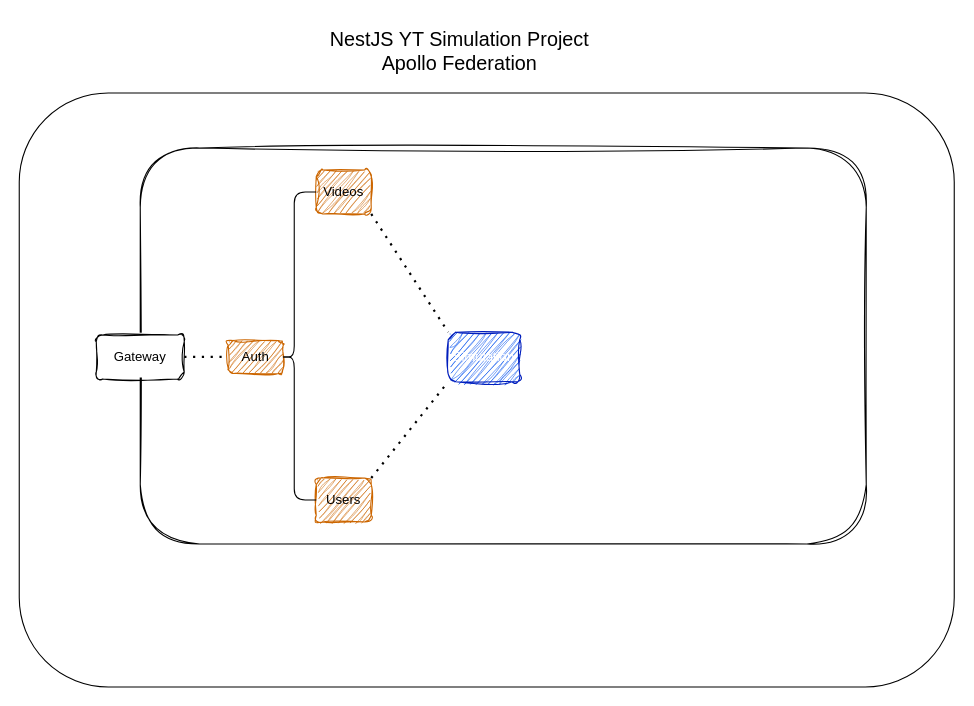
Before: yt-simulation.drawio in abuabdillatief/apollo-federated-yt-simulation, a draw.io diagram. Source tidied: cells renumbered, new cells numbered last; positions are measured from the earlier drawing's top-left corner, leaving out a move shared by most shapes. Both pictures are drawn from the tidied source at 110%, with x=0, y=0 at pixel (19, 19). Pictures stored in the file or linked from it are replaced by grey dashed boxes.
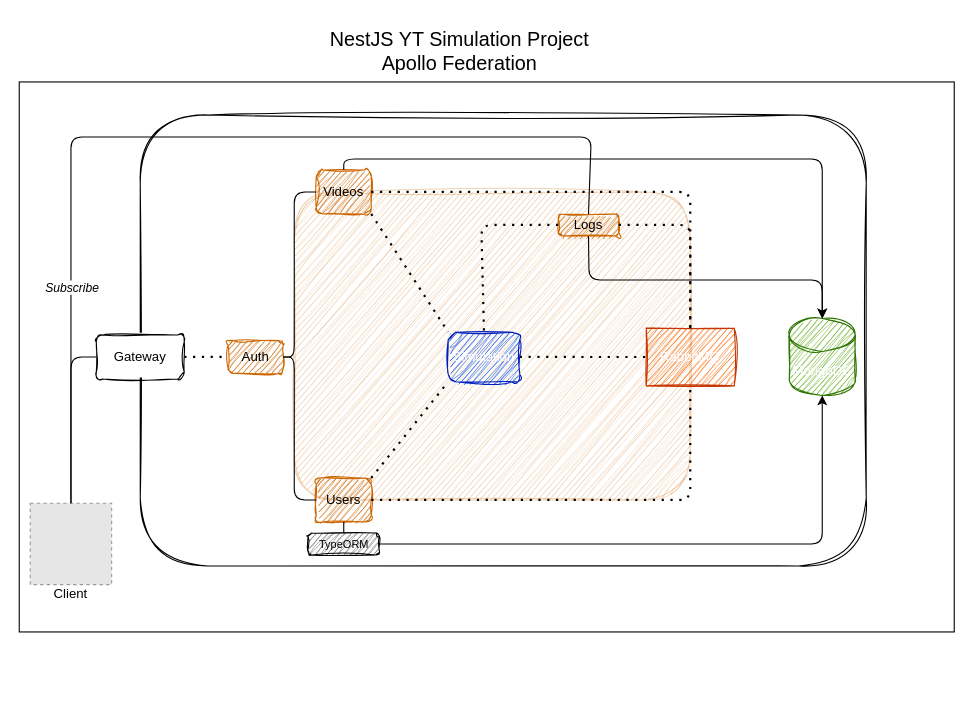
The same page after the edit.

Commit message:
add simulation sketch

Unchanged cells that the change refers to:
```xml
<mxCell id="5" value="Gateway" style="rounded=1;whiteSpace=wrap;html=1;sketch=1;curveFitting=1;jiggle=2;" parent="1" vertex="1">
  <mxGeometry x="70" y="287" width="80" height="40" as="geometry" />
</mxCell>
<mxCell id="8" value="Videos" style="rounded=1;whiteSpace=wrap;html=1;sketch=1;curveFitting=1;jiggle=2;fillColor=#CC6600;strokeColor=#CC6600;gradientColor=none;" parent="1" vertex="1">
  <mxGeometry x="270" y="137" width="50" height="40" as="geometry" />
</mxCell>
<mxCell id="9" value="Users" style="rounded=1;whiteSpace=wrap;html=1;sketch=1;curveFitting=1;jiggle=2;fillColor=#CC6600;strokeColor=#CC6600;gradientColor=none;" parent="1" vertex="1">
  <mxGeometry x="270" y="417" width="50" height="40" as="geometry" />
</mxCell>
<mxCell id="12" value="Simulation" style="rounded=1;whiteSpace=wrap;html=1;sketch=1;curveFitting=1;jiggle=2;fillColor=#0050ef;strokeColor=#001DBC;fontColor=#ffffff;" parent="1" vertex="1">
  <mxGeometry x="390" y="284.5" width="65" height="45" as="geometry" />
</mxCell>
```

Diff of the diagram source:
```diff
@@
-    <mxCell id="2" style="rounded=1;whiteSpace=wrap;html=1;" parent="1" vertex="1">
-      <mxGeometry y="67" width="850" height="540" as="geometry" />
+    <mxCell id="2" style="rounded=0;whiteSpace=wrap;html=1;fillStyle=dots;glass=0;" parent="1" vertex="1">
+      <mxGeometry y="57" width="850" height="500" as="geometry" />
     </mxCell>
@@
     <mxCell id="4" style="rounded=1;whiteSpace=wrap;html=1;sketch=1;curveFitting=1;jiggle=2;" parent="1" vertex="1">
-      <mxGeometry x="110" y="117" width="660" height="360" as="geometry" />
+      <mxGeometry x="110" y="87" width="660" height="410" as="geometry" />
     </mxCell>
+    <mxCell id="15" style="rounded=1;whiteSpace=wrap;html=1;sketch=1;curveFitting=1;jiggle=2;fillColor=#CC6600;strokeColor=#CC6600;opacity=30;" parent="1" vertex="1">
+      <mxGeometry x="250" y="157" width="360" height="280" as="geometry" />
+    </mxCell>
@@
+    <mxCell id="16" value="MongoDB" style="shape=cylinder3;whiteSpace=wrap;html=1;boundedLbl=1;backgroundOutline=1;size=15;sketch=1;curveFitting=1;jiggle=2;fillColor=#60a917;fontColor=#ffffff;strokeColor=#2D7600;" parent="1" vertex="1">
+      <mxGeometry x="700" y="272" width="60" height="70" as="geometry" />
+    </mxCell>
+    <mxCell id="17" value="&lt;font color=&quot;#ffffff&quot;&gt;RabbitMQ&lt;/font&gt;" style="rounded=0;whiteSpace=wrap;html=1;fillColor=#fa6800;fontColor=#000000;strokeColor=#C73500;sketch=1;curveFitting=1;jiggle=2;" parent="1" vertex="1">
+      <mxGeometry x="570" y="280.8" width="80" height="52.5" as="geometry" />
+    </mxCell>
+    <mxCell id="18" style="endArrow=none;dashed=1;html=1;dashPattern=1 3;strokeWidth=2;rounded=0;exitX=1;exitY=0.5;exitDx=0;exitDy=0;entryX=0;entryY=0.5;entryDx=0;entryDy=0;" parent="1" edge="1" source="12" target="17">
+      <mxGeometry relative="1" as="geometry" />
+    </mxCell>
+    <mxCell id="19" style="endArrow=none;dashed=1;html=1;dashPattern=1 3;strokeWidth=2;rounded=1;exitX=1;exitY=0.5;exitDx=0;exitDy=0;entryX=0.5;entryY=1;entryDx=0;entryDy=0;" parent="1" edge="1" source="9" target="17">
+      <mxGeometry relative="1" as="geometry">
+        <Array as="points">
+          <mxPoint x="610" y="437" />
+        </Array>
+      </mxGeometry>
+    </mxCell>
+    <mxCell id="20" style="endArrow=none;dashed=1;html=1;dashPattern=1 3;strokeWidth=2;rounded=1;exitX=1;exitY=0.5;exitDx=0;exitDy=0;entryX=0.5;entryY=0;entryDx=0;entryDy=0;" parent="1" edge="1" source="8" target="17">
+      <mxGeometry relative="1" as="geometry">
+        <Array as="points">
+          <mxPoint x="610" y="157" />
+        </Array>
+      </mxGeometry>
+    </mxCell>
+    <mxCell id="21" value="Logs" style="rounded=1;whiteSpace=wrap;html=1;fillColor=#CC6600;strokeColor=#CC6600;gradientColor=none;sketch=1;curveFitting=1;jiggle=2;" parent="1" vertex="1">
+      <mxGeometry x="490" y="177" width="55" height="20" as="geometry" />
+    </mxCell>
+    <mxCell id="22" style="endArrow=none;dashed=1;html=1;dashPattern=1 3;strokeWidth=2;rounded=1;exitX=1;exitY=0.5;exitDx=0;exitDy=0;entryX=0.5;entryY=0;entryDx=0;entryDy=0;" parent="1" edge="1" source="21" target="17">
+      <mxGeometry relative="1" as="geometry">
+        <Array as="points">
+          <mxPoint x="610" y="187" />
+        </Array>
+      </mxGeometry>
+    </mxCell>
+    <mxCell id="23" style="endArrow=none;dashed=1;html=1;dashPattern=1 3;strokeWidth=2;rounded=1;exitX=0;exitY=0.5;exitDx=0;exitDy=0;entryX=0.5;entryY=0;entryDx=0;entryDy=0;" parent="1" edge="1" source="21" target="12">
+      <mxGeometry relative="1" as="geometry">
+        <Array as="points">
+          <mxPoint x="420" y="187" />
+        </Array>
+      </mxGeometry>
+    </mxCell>
+    <mxCell id="24" style="endArrow=classic;html=1;rounded=1;exitX=0.5;exitY=1;exitDx=0;exitDy=0;entryX=0.5;entryY=0;entryDx=0;entryDy=0;entryPerimeter=0;" parent="1" edge="1" source="21" target="16">
+      <mxGeometry relative="1" as="geometry">
+        <Array as="points">
+          <mxPoint x="518" y="237" />
+          <mxPoint x="730" y="237" />
+        </Array>
+      </mxGeometry>
+    </mxCell>
+    <mxCell id="25" style="endArrow=classic;html=1;rounded=1;exitX=0.5;exitY=0;exitDx=0;exitDy=0;entryX=0.5;entryY=0;entryDx=0;entryDy=0;entryPerimeter=0;" parent="1" edge="1" source="8" target="16">
+      <mxGeometry relative="1" as="geometry">
+        <Array as="points">
+          <mxPoint x="295" y="127" />
+          <mxPoint x="730" y="127" />
+        </Array>
+      </mxGeometry>
+    </mxCell>
+    <mxCell id="26" value="&lt;font style=&quot;font-size: 10px;&quot;&gt;TypeORM&lt;/font&gt;" style="rounded=1;whiteSpace=wrap;html=1;sketch=1;curveFitting=1;jiggle=2;fillColor=#666666;strokeColor=#000000;gradientColor=none;" parent="1" vertex="1">
+      <mxGeometry x="262.5" y="467" width="65" height="20" as="geometry" />
+    </mxCell>
+    <mxCell id="27" style="endArrow=none;html=1;rounded=1;exitX=0.5;exitY=1;exitDx=0;exitDy=0;entryX=0.5;entryY=0;entryDx=0;entryDy=0;" parent="1" edge="1" source="9" target="26">
+      <mxGeometry relative="1" as="geometry">
+        <Array as="points">
+          <mxPoint x="295" y="467" />
+        </Array>
+      </mxGeometry>
+    </mxCell>
+    <mxCell id="28" style="endArrow=classic;html=1;rounded=1;exitX=1;exitY=0.5;exitDx=0;exitDy=0;entryX=0.5;entryY=1;entryDx=0;entryDy=0;entryPerimeter=0;" parent="1" edge="1" source="26" target="16">
+      <mxGeometry relative="1" as="geometry">
+        <Array as="points">
+          <mxPoint x="730" y="477" />
+        </Array>
+      </mxGeometry>
+    </mxCell>
+    <mxCell id="29" style="fillColor=#E6E6E6;strokeColor=#999999;dashed=1;html=1;verticalAlign=top;verticalLabelPosition=bottom;labelBackgroundColor=#ffffff;" parent="1" vertex="1">
+      <mxGeometry x="10" y="440" width="74" height="74" as="geometry" />
+    </mxCell>
+    <mxCell id="30" style="endArrow=none;startArrow=none;html=1;rounded=1;exitX=0.5;exitY=0;exitDx=0;exitDy=0;entryX=0;entryY=0.5;entryDx=0;entryDy=0;startFill=0;endFill=0;" parent="1" edge="1" source="29" target="5">
+      <mxGeometry relative="1" as="geometry">
+        <Array as="points">
+          <mxPoint x="47" y="307" />
+        </Array>
+      </mxGeometry>
+    </mxCell>
+    <mxCell id="31" style="endArrow=none;startArrow=none;html=1;rounded=1;exitX=0.5;exitY=0;exitDx=0;exitDy=0;entryX=0.5;entryY=0;entryDx=0;entryDy=0;startFill=0;endFill=0;" parent="1" edge="1" source="29" target="21">
+      <mxGeometry relative="1" as="geometry">
+        <Array as="points">
+          <mxPoint x="47" y="107" />
+          <mxPoint x="520" y="107" />
+        </Array>
+      </mxGeometry>
+    </mxCell>
+    <mxCell id="32" value="&lt;i&gt;Subscribe&lt;/i&gt;" style="edgeLabel;html=1;align=center;verticalAlign=middle;" parent="31" vertex="1">
+      <mxGeometry x="-0.49" y="-1" relative="1" as="geometry">
+        <mxPoint x="-1" y="26" as="offset" />
+      </mxGeometry>
+    </mxCell>
+    <mxCell id="33" value="Client" style="text;html=1;strokeColor=none;fillColor=none;align=center;verticalAlign=middle;whiteSpace=wrap;rounded=0;" parent="1" vertex="1">
+      <mxGeometry x="17" y="514" width="60" height="17" as="geometry" />
+    </mxCell>
```
